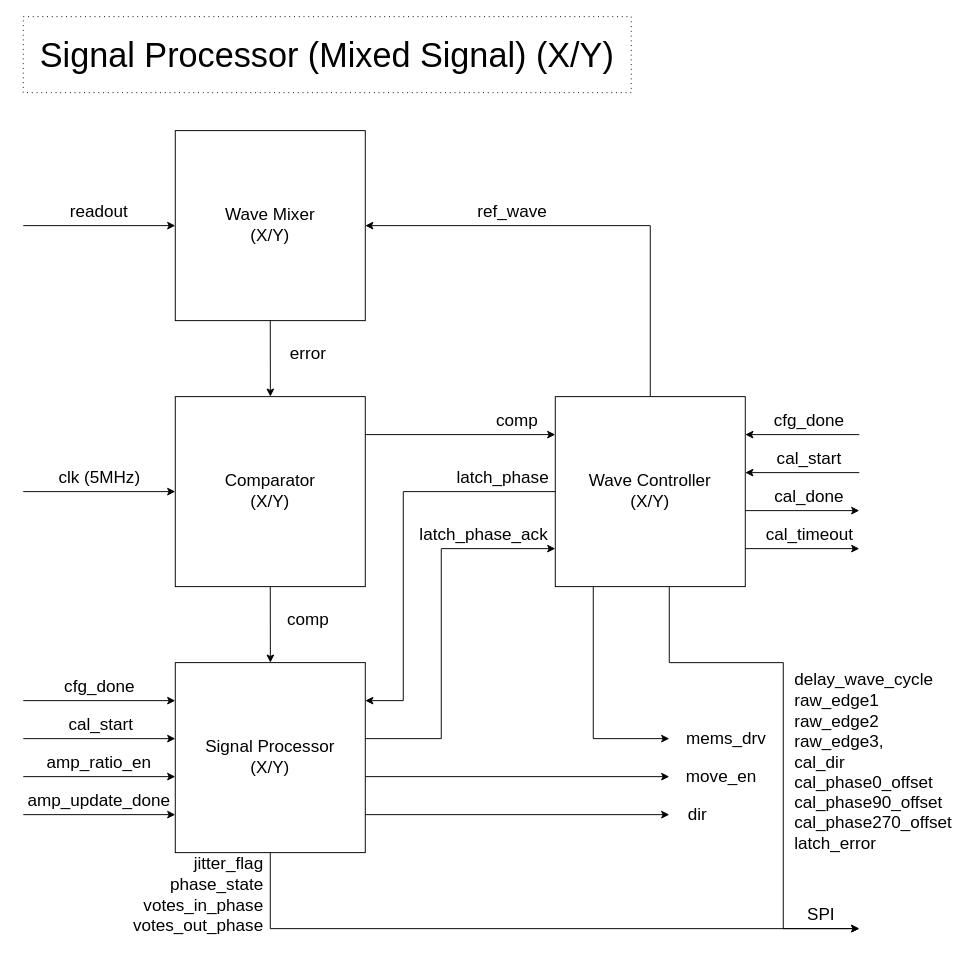
Above: page "RTL Traffic" (5 of 17) of Media/Optical Probe Station Design.drawio in llhtimlam/Probton (draw.io), before the change. Source tidied: cells renumbered, new cells numbered last; positions are measured from the earlier drawing's top-left corner, leaving out a move shared by most shapes. Both pictures are drawn from the tidied source at 95%, with x=0, y=0 at pixel (23, 16).
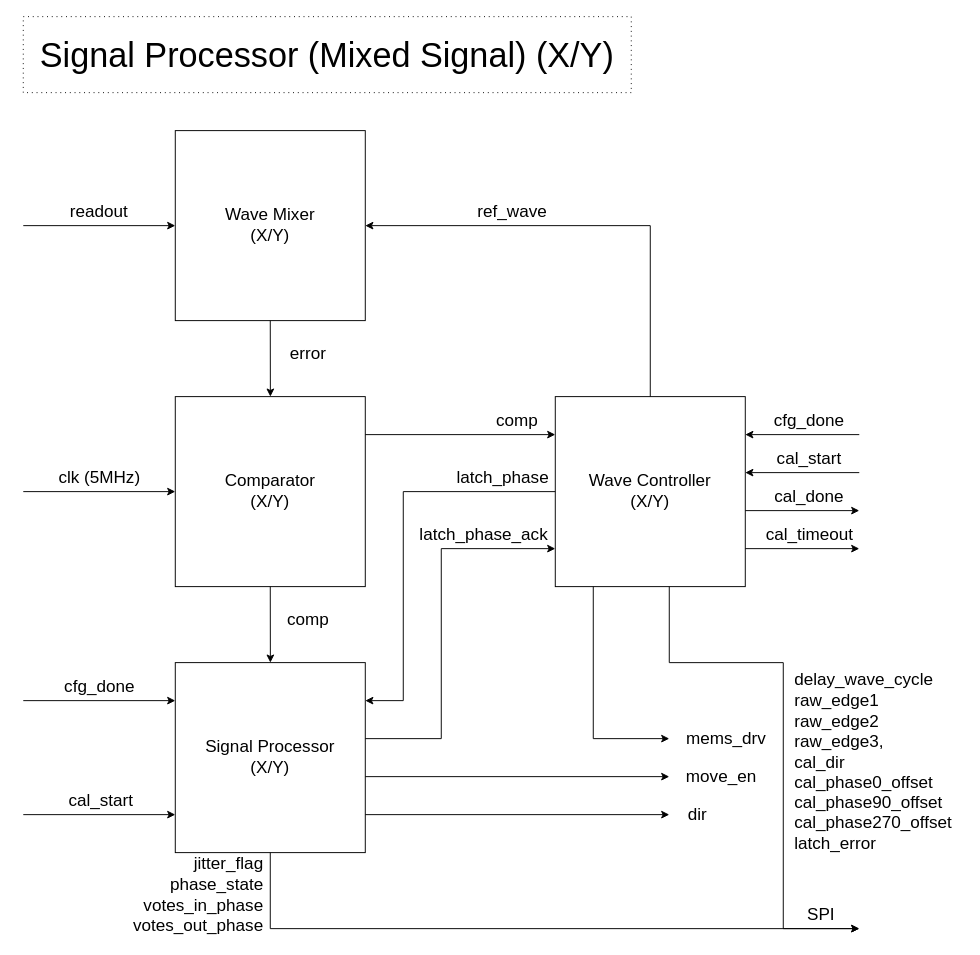
The same diagram, later.

The edit, as a diff of the source:
```diff
@@
     <mxCell id="38" style="endArrow=classic;html=1;rounded=0;" parent="1" edge="1">
       <mxGeometry relative="1" as="geometry">
-        <mxPoint y="760" as="sourcePoint" />
-        <mxPoint x="160" y="760" as="targetPoint" />
+        <mxPoint y="840" as="sourcePoint" />
+        <mxPoint x="160" y="840" as="targetPoint" />
       </mxGeometry>
     </mxCell>
     <mxCell id="39" value="&lt;span style=&quot;font-size: 18px;&quot;&gt;cal_start&lt;/span&gt;" style="text;html=1;whiteSpace=wrap;strokeColor=none;fillColor=none;align=center;verticalAlign=middle;rounded=0;" parent="1" vertex="1">
-      <mxGeometry x="42.5" y="730" width="77.5" height="30" as="geometry" />
+      <mxGeometry x="42.5" y="810" width="77.5" height="30" as="geometry" />
     </mxCell>
-    <mxCell id="40" value="&lt;span style=&quot;font-size: 18px;&quot;&gt;amp_ratio_en&lt;/span&gt;" style="text;html=1;whiteSpace=wrap;strokeColor=none;fillColor=none;align=center;verticalAlign=middle;rounded=0;" parent="1" vertex="1">
-      <mxGeometry x="20" y="770" width="120" height="30" as="geometry" />
-    </mxCell>
-    <mxCell id="41" value="&lt;span style=&quot;font-size: 18px;&quot;&gt;amp_update_done&lt;/span&gt;" style="text;html=1;whiteSpace=wrap;strokeColor=none;fillColor=none;align=center;verticalAlign=middle;rounded=0;" parent="1" vertex="1">
-      <mxGeometry y="810" width="160" height="30" as="geometry" />
-    </mxCell>
-    <mxCell id="42" style="endArrow=classic;html=1;rounded=0;" parent="1" edge="1">
-      <mxGeometry relative="1" as="geometry">
-        <mxPoint y="800" as="sourcePoint" />
-        <mxPoint x="160" y="800" as="targetPoint" />
-      </mxGeometry>
-    </mxCell>
-    <mxCell id="43" style="endArrow=classic;html=1;rounded=0;" parent="1" edge="1">
-      <mxGeometry relative="1" as="geometry">
-        <mxPoint y="840" as="sourcePoint" />
-        <mxPoint x="160" y="840" as="targetPoint" />
-      </mxGeometry>
-    </mxCell>
```
